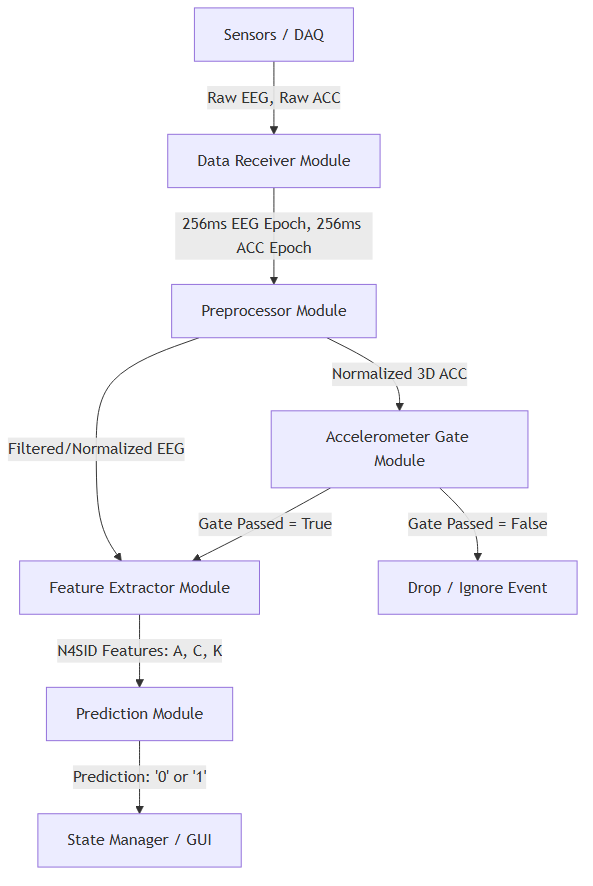
The Mermaid diagram flowchart.png in NatusAnima/RealTimeFallPrediction, before a commit. Its source is kept beside it as flowchart.mmd. The source it was exported from:
```mermaid
graph TD
    A[Sensors / DAQ] -->|Raw EEG, Raw ACC| B[Data Receiver Module]
    B -->|256ms EEG Epoch, 256ms ACC Epoch| C[Preprocessor Module]

    C -->|Filtered/Normalized EEG| E[Feature Extractor Module]
    C -->|Normalized 3D ACC| D[Accelerometer Gate Module]

    D -->|Gate Passed = True| E
    D -->|Gate Passed = False| G[Drop / Ignore Event]

    E -->|N4SID Features: A, C, K| F[Prediction Module]
    F -->|Prediction: '0' or '1'| H[State Manager / GUI]
```
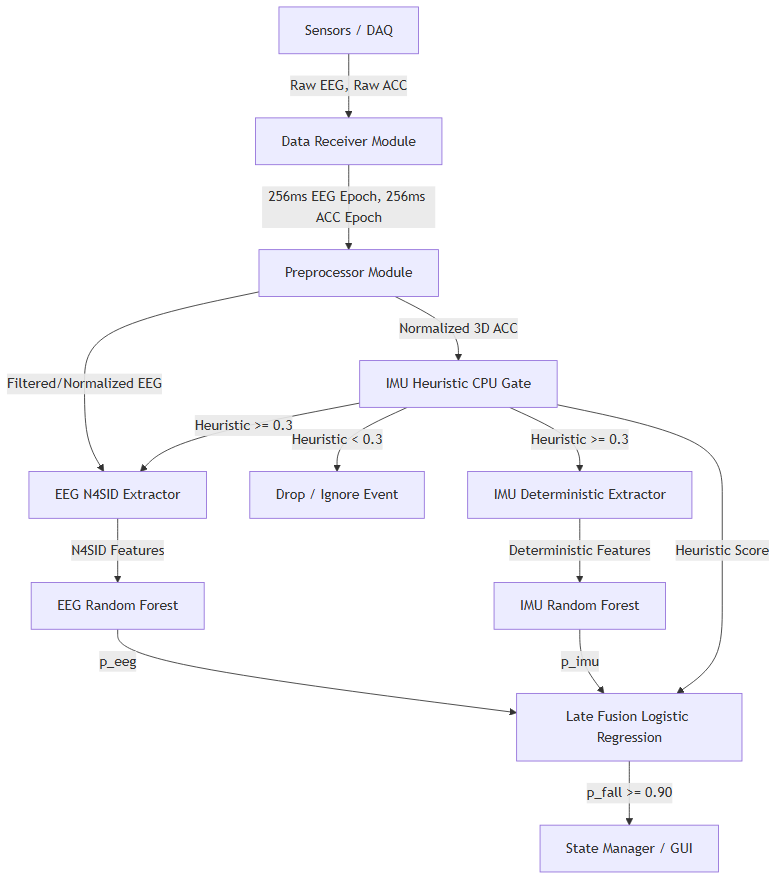
Above is the later version.

Commit message:
refactor: migrate to late fusion architecture with IMU feature extraction and heuristic gating

Diff of the diagram source:
```diff
@@ -2,11 +2,18 @@
     A[Sensors / DAQ] -->|Raw EEG, Raw ACC| B[Data Receiver Module]
     B -->|256ms EEG Epoch, 256ms ACC Epoch| C[Preprocessor Module]
 
-    C -->|Filtered/Normalized EEG| E[Feature Extractor Module]
-    C -->|Normalized 3D ACC| D[Accelerometer Gate Module]
+    C -->|Filtered/Normalized EEG| E[EEG N4SID Extractor]
+    C -->|Normalized 3D ACC| D[IMU Heuristic CPU Gate]
 
-    D -->|Gate Passed = True| E
-    D -->|Gate Passed = False| G[Drop / Ignore Event]
+    D -->|Heuristic < 0.3| G[Drop / Ignore Event]
+    D -->|Heuristic >= 0.3| E
+    D -->|Heuristic >= 0.3| I[IMU Deterministic Extractor]
 
-    E -->|N4SID Features: A, C, K| F[Prediction Module]
-    F -->|Prediction: '0' or '1'| H[State Manager / GUI]
+    E -->|N4SID Features| F[EEG Random Forest]
+    I -->|Deterministic Features| J[IMU Random Forest]
+
+    F -->|p_eeg| K[Late Fusion Logistic Regression]
+    J -->|p_imu| K
+    D -->|Heuristic Score| K
+
+    K -->|p_fall >= 0.90| H[State Manager / GUI]
```
